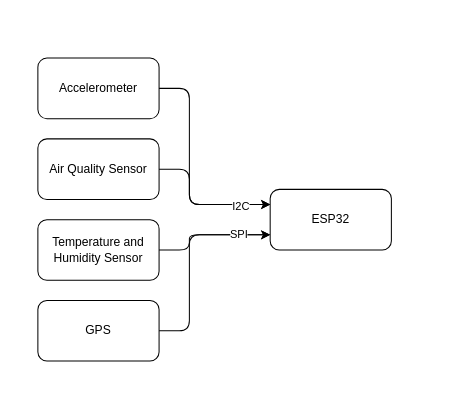
Above: system/Untitled Diagram.drawio in lprib/drawio (draw.io), before the change. Source tidied: cells renumbered, new cells numbered last; positions are measured from the earlier drawing's top-left corner, leaving out a move shared by most shapes. Both pictures are drawn from the tidied source at 101%, with x=0, y=0 at pixel (37, 58).
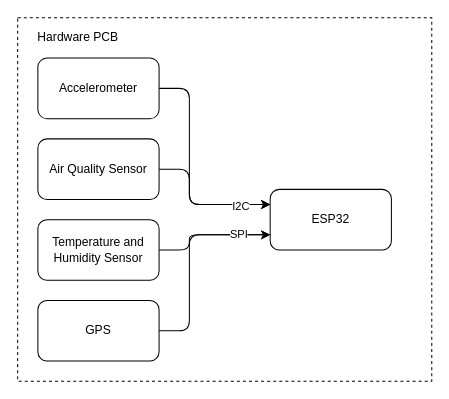
The same diagram, later.

Change to the diagram source:
```diff
@@
+    <mxCell id="13" style="rounded=0;whiteSpace=wrap;html=1;fillColor=none;dashed=1;" parent="1" vertex="1">
+      <mxGeometry x="-20" y="-40" width="410" height="360" as="geometry" />
+    </mxCell>
+    <mxCell id="14" value="Hardware PCB" style="text;html=1;strokeColor=none;fillColor=none;align=center;verticalAlign=middle;whiteSpace=wrap;rounded=0;dashed=1;" parent="1" vertex="1">
+      <mxGeometry x="-10" y="-30" width="100" height="20" as="geometry" />
+    </mxCell>
```
